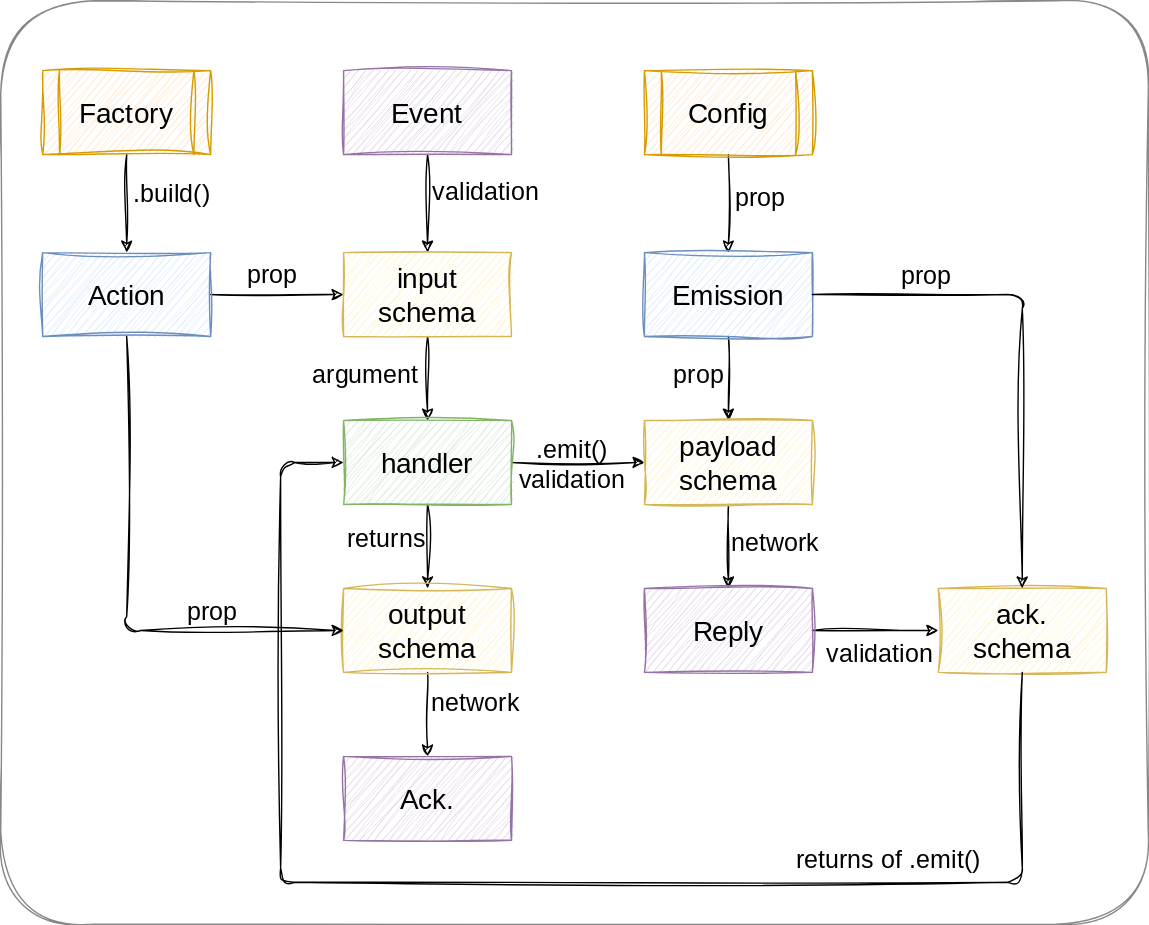
The draw.io diagram flow.svg in RobinTail/zod-sockets, before a commit. Source tidied: cells renumbered, new cells last; positions are measured from the earlier drawing's top-left corner, leaving out a move shared by most shapes.
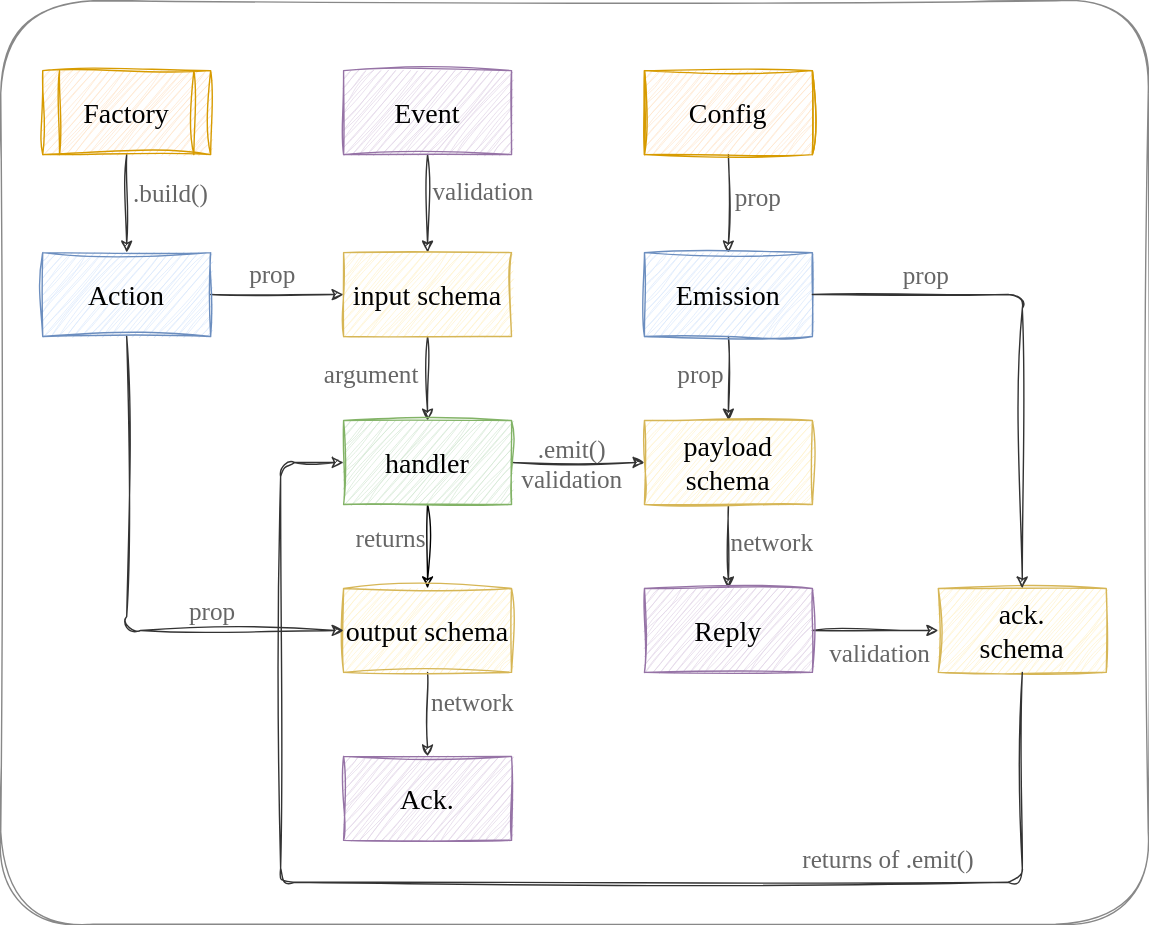
Above is the later version.

Commit message:
Adjusting colors on the diagram

What changed in the source:
```diff
@@ -7,6 +7,6 @@
     </mxCell>
-    <mxCell id="3" style="edgeStyle=orthogonalEdgeStyle;rounded=0;sketch=1;hachureGap=4;jiggle=2;curveFitting=1;jettySize=auto;html=1;fontFamily=Architects Daughter;fontSource=https%3A%2F%2Ffonts.googleapis.com%2Fcss%3Ffamily%3DArchitects%2BDaughter;fontSize=16;" parent="1" edge="1" source="5" target="14">
+    <mxCell id="3" style="edgeStyle=orthogonalEdgeStyle;rounded=0;sketch=1;hachureGap=4;jiggle=2;curveFitting=1;jettySize=auto;html=1;fontFamily=Architects Daughter;fontSource=https%3A%2F%2Ffonts.googleapis.com%2Fcss%3Ffamily%3DArchitects%2BDaughter;fontSize=16;strokeColor=#333333;" parent="1" edge="1" source="5" target="14">
       <mxGeometry relative="1" as="geometry" />
     </mxCell>
-    <mxCell id="4" value="validation" style="edgeLabel;html=1;align=left;verticalAlign=middle;fontSize=18;fontFamily=Architects Daughter;labelBackgroundColor=none;spacingLeft=2;" parent="3" vertex="1">
+    <mxCell id="4" value="validation" style="edgeLabel;html=1;align=left;verticalAlign=middle;fontSize=18;fontFamily=Architects Daughter;labelBackgroundColor=none;spacingLeft=2;fontColor=#666666;" parent="3" vertex="1">
       <mxGeometry x="-0.26" relative="1" as="geometry" />
@@ -16,6 +16,6 @@
     </mxCell>
-    <mxCell id="6" style="edgeStyle=orthogonalEdgeStyle;rounded=0;sketch=1;hachureGap=4;jiggle=2;curveFitting=1;jettySize=auto;html=1;fontFamily=Architects Daughter;fontSource=https%3A%2F%2Ffonts.googleapis.com%2Fcss%3Ffamily%3DArchitects%2BDaughter;fontSize=16;" parent="1" edge="1" source="8" target="11">
+    <mxCell id="6" style="edgeStyle=orthogonalEdgeStyle;rounded=0;sketch=1;hachureGap=4;jiggle=2;curveFitting=1;jettySize=auto;html=1;fontFamily=Architects Daughter;fontSource=https%3A%2F%2Ffonts.googleapis.com%2Fcss%3Ffamily%3DArchitects%2BDaughter;fontSize=16;strokeColor=#333333;" parent="1" edge="1" source="8" target="11">
       <mxGeometry relative="1" as="geometry" />
     </mxCell>
-    <mxCell id="7" value=".build()" style="edgeLabel;html=1;align=left;verticalAlign=middle;fontSize=18;fontFamily=Architects Daughter;labelBackgroundColor=none;" parent="6" vertex="1">
+    <mxCell id="7" value=".build()" style="edgeLabel;html=1;align=left;verticalAlign=middle;fontSize=18;fontFamily=Architects Daughter;labelBackgroundColor=none;fontColor=#666666;" parent="6" vertex="1">
       <mxGeometry x="-0.23" y="3" relative="1" as="geometry" />
@@ -25,6 +25,6 @@
     </mxCell>
-    <mxCell id="9" style="edgeStyle=orthogonalEdgeStyle;rounded=0;sketch=1;hachureGap=4;jiggle=2;curveFitting=1;jettySize=auto;html=1;fontFamily=Architects Daughter;fontSource=https%3A%2F%2Ffonts.googleapis.com%2Fcss%3Ffamily%3DArchitects%2BDaughter;fontSize=16;" parent="1" edge="1" source="11" target="14">
+    <mxCell id="9" style="edgeStyle=orthogonalEdgeStyle;rounded=0;sketch=1;hachureGap=4;jiggle=2;curveFitting=1;jettySize=auto;html=1;fontFamily=Architects Daughter;fontSource=https%3A%2F%2Ffonts.googleapis.com%2Fcss%3Ffamily%3DArchitects%2BDaughter;fontSize=16;strokeColor=#333333;" parent="1" edge="1" source="11" target="14">
       <mxGeometry relative="1" as="geometry" />
     </mxCell>
-    <mxCell id="10" value="prop" style="edgeLabel;html=1;align=center;verticalAlign=bottom;fontSize=18;fontFamily=Architects Daughter;labelBackgroundColor=none;" parent="9" vertex="1">
+    <mxCell id="10" value="prop" style="edgeLabel;html=1;align=center;verticalAlign=bottom;fontSize=18;fontFamily=Architects Daughter;labelBackgroundColor=none;fontColor=#666666;" parent="9" vertex="1">
       <mxGeometry x="-0.1" y="1" relative="1" as="geometry" />
@@ -34,6 +34,6 @@
     </mxCell>
-    <mxCell id="12" style="edgeStyle=orthogonalEdgeStyle;rounded=0;sketch=1;hachureGap=4;jiggle=2;curveFitting=1;jettySize=auto;html=1;fontFamily=Architects Daughter;fontSource=https%3A%2F%2Ffonts.googleapis.com%2Fcss%3Ffamily%3DArchitects%2BDaughter;fontSize=16;" parent="1" edge="1" source="14" target="19">
+    <mxCell id="12" style="edgeStyle=orthogonalEdgeStyle;rounded=0;sketch=1;hachureGap=4;jiggle=2;curveFitting=1;jettySize=auto;html=1;fontFamily=Architects Daughter;fontSource=https%3A%2F%2Ffonts.googleapis.com%2Fcss%3Ffamily%3DArchitects%2BDaughter;fontSize=16;strokeColor=#333333;" parent="1" edge="1" source="14" target="19">
       <mxGeometry relative="1" as="geometry" />
     </mxCell>
-    <mxCell id="13" value="argument" style="edgeLabel;html=1;align=right;verticalAlign=middle;fontSize=18;fontFamily=Architects Daughter;labelBackgroundColor=none;spacingRight=3;" parent="12" vertex="1">
+    <mxCell id="13" value="argument" style="edgeLabel;html=1;align=right;verticalAlign=middle;fontSize=18;fontFamily=Architects Daughter;labelBackgroundColor=none;spacingRight=3;fontColor=#666666;" parent="12" vertex="1">
       <mxGeometry x="-0.11" y="-3" relative="1" as="geometry" />
@@ -43,6 +43,6 @@
     </mxCell>
-    <mxCell id="15" style="edgeStyle=orthogonalEdgeStyle;rounded=0;sketch=1;hachureGap=4;jiggle=2;curveFitting=1;jettySize=auto;html=1;fontFamily=Architects Daughter;fontSource=https%3A%2F%2Ffonts.googleapis.com%2Fcss%3Ffamily%3DArchitects%2BDaughter;fontSize=16;" parent="1" edge="1" source="19" target="32">
+    <mxCell id="15" style="edgeStyle=orthogonalEdgeStyle;rounded=0;sketch=1;hachureGap=4;jiggle=2;curveFitting=1;jettySize=auto;html=1;fontFamily=Architects Daughter;fontSource=https%3A%2F%2Ffonts.googleapis.com%2Fcss%3Ffamily%3DArchitects%2BDaughter;fontSize=16;strokeColor=#333333;" parent="1" edge="1" source="19" target="32">
       <mxGeometry relative="1" as="geometry" />
     </mxCell>
-    <mxCell id="16" value=".emit()&lt;br&gt;validation" style="edgeLabel;html=1;align=center;verticalAlign=middle;fontSize=18;fontFamily=Architects Daughter;labelBackgroundColor=none;" parent="15" vertex="1">
+    <mxCell id="16" value=".emit()&lt;br&gt;validation" style="edgeLabel;html=1;align=center;verticalAlign=middle;fontSize=18;fontFamily=Architects Daughter;labelBackgroundColor=none;fontColor=#666666;" parent="15" vertex="1">
       <mxGeometry x="-0.11" y="-1" relative="1" as="geometry" />
@@ -52,3 +52,3 @@
     </mxCell>
-    <mxCell id="18" value="returns" style="edgeLabel;html=1;align=right;verticalAlign=middle;fontSize=18;fontFamily=Architects Daughter;spacingRight=3;" parent="17" vertex="1">
+    <mxCell id="18" value="returns" style="edgeLabel;html=1;align=right;verticalAlign=middle;fontSize=18;fontFamily=Architects Daughter;spacingRight=3;fontColor=#666666;" parent="17" vertex="1">
       <mxGeometry x="-0.2" y="2" relative="1" as="geometry" />
@@ -58,6 +58,6 @@
     </mxCell>
-    <mxCell id="20" style="edgeStyle=orthogonalEdgeStyle;rounded=0;sketch=1;hachureGap=4;jiggle=2;curveFitting=1;jettySize=auto;html=1;fontFamily=Architects Daughter;fontSource=https%3A%2F%2Ffonts.googleapis.com%2Fcss%3Ffamily%3DArchitects%2BDaughter;fontSize=16;" parent="1" edge="1" source="22" target="23">
+    <mxCell id="20" style="edgeStyle=orthogonalEdgeStyle;rounded=0;sketch=1;hachureGap=4;jiggle=2;curveFitting=1;jettySize=auto;html=1;fontFamily=Architects Daughter;fontSource=https%3A%2F%2Ffonts.googleapis.com%2Fcss%3Ffamily%3DArchitects%2BDaughter;fontSize=16;strokeColor=#333333;" parent="1" edge="1" source="22" target="23">
       <mxGeometry relative="1" as="geometry" />
     </mxCell>
-    <mxCell id="21" value="network" style="edgeLabel;html=1;align=left;verticalAlign=middle;fontSize=18;fontFamily=Architects Daughter;labelBackgroundColor=none;" parent="20" vertex="1">
+    <mxCell id="21" value="network" style="edgeLabel;html=1;align=left;verticalAlign=middle;fontSize=18;fontFamily=Architects Daughter;labelBackgroundColor=none;fontColor=#666666;" parent="20" vertex="1">
       <mxGeometry x="-0.29" y="1" relative="1" as="geometry" />
@@ -70,6 +70,6 @@
     </mxCell>
-    <mxCell id="24" style="edgeStyle=orthogonalEdgeStyle;rounded=0;sketch=1;hachureGap=4;jiggle=2;curveFitting=1;jettySize=auto;html=1;fontFamily=Architects Daughter;fontSource=https%3A%2F%2Ffonts.googleapis.com%2Fcss%3Ffamily%3DArchitects%2BDaughter;fontSize=16;" parent="1" edge="1" source="26" target="29">
+    <mxCell id="24" style="edgeStyle=orthogonalEdgeStyle;rounded=0;sketch=1;hachureGap=4;jiggle=2;curveFitting=1;jettySize=auto;html=1;fontFamily=Architects Daughter;fontSource=https%3A%2F%2Ffonts.googleapis.com%2Fcss%3Ffamily%3DArchitects%2BDaughter;fontSize=16;strokeColor=#333333;" parent="1" edge="1" source="26" target="29">
       <mxGeometry relative="1" as="geometry" />
     </mxCell>
-    <mxCell id="25" value="prop" style="edgeLabel;html=1;align=left;verticalAlign=middle;fontSize=18;fontFamily=Architects Daughter;labelBackgroundColor=none;spacingLeft=3;" parent="24" vertex="1">
+    <mxCell id="25" value="prop" style="edgeLabel;html=1;align=left;verticalAlign=middle;fontSize=18;fontFamily=Architects Daughter;labelBackgroundColor=none;spacingLeft=3;fontColor=#666666;" parent="24" vertex="1">
       <mxGeometry x="-0.08" y="-1" relative="1" as="geometry">
@@ -78,9 +78,9 @@
     </mxCell>
-    <mxCell id="26" value="Config" style="shape=process;whiteSpace=wrap;html=1;backgroundOutline=1;sketch=1;hachureGap=4;jiggle=2;curveFitting=1;fontFamily=Architects Daughter;fontSource=https%3A%2F%2Ffonts.googleapis.com%2Fcss%3Ffamily%3DArchitects%2BDaughter;fontSize=20;fillColor=#ffe6cc;strokeColor=#d79b00;" parent="1" vertex="1">
+    <mxCell id="26" value="Config" style="shape=process;whiteSpace=wrap;html=1;backgroundOutline=1;sketch=1;hachureGap=4;jiggle=2;curveFitting=1;fontFamily=Architects Daughter;fontSource=https%3A%2F%2Ffonts.googleapis.com%2Fcss%3Ffamily%3DArchitects%2BDaughter;fontSize=20;fillColor=#ffe6cc;strokeColor=#d79b00;size=0;" parent="1" vertex="1">
       <mxGeometry x="460" y="50" width="120" height="60" as="geometry" />
     </mxCell>
-    <mxCell id="27" style="edgeStyle=orthogonalEdgeStyle;rounded=0;sketch=1;hachureGap=4;jiggle=2;curveFitting=1;jettySize=auto;html=1;fontFamily=Architects Daughter;fontSource=https%3A%2F%2Ffonts.googleapis.com%2Fcss%3Ffamily%3DArchitects%2BDaughter;fontSize=16;" parent="1" edge="1" source="29" target="32">
+    <mxCell id="27" style="edgeStyle=orthogonalEdgeStyle;rounded=0;sketch=1;hachureGap=4;jiggle=2;curveFitting=1;jettySize=auto;html=1;fontFamily=Architects Daughter;fontSource=https%3A%2F%2Ffonts.googleapis.com%2Fcss%3Ffamily%3DArchitects%2BDaughter;fontSize=16;strokeColor=#333333;" parent="1" edge="1" source="29" target="32">
       <mxGeometry relative="1" as="geometry" />
     </mxCell>
-    <mxCell id="28" value="prop" style="edgeLabel;html=1;align=right;verticalAlign=middle;fontSize=18;fontFamily=Architects Daughter;spacingRight=3;labelBackgroundColor=none;" parent="27" vertex="1">
+    <mxCell id="28" value="prop" style="edgeLabel;html=1;align=right;verticalAlign=middle;fontSize=18;fontFamily=Architects Daughter;spacingRight=3;labelBackgroundColor=none;fontColor=#666666;" parent="27" vertex="1">
       <mxGeometry x="-0.11" relative="1" as="geometry" />
@@ -90,6 +90,6 @@
     </mxCell>
-    <mxCell id="30" style="edgeStyle=orthogonalEdgeStyle;rounded=0;sketch=1;hachureGap=4;jiggle=2;curveFitting=1;jettySize=auto;html=1;fontFamily=Architects Daughter;fontSource=https%3A%2F%2Ffonts.googleapis.com%2Fcss%3Ffamily%3DArchitects%2BDaughter;fontSize=16;" parent="1" edge="1" source="32" target="42">
+    <mxCell id="30" style="edgeStyle=orthogonalEdgeStyle;rounded=0;sketch=1;hachureGap=4;jiggle=2;curveFitting=1;jettySize=auto;html=1;fontFamily=Architects Daughter;fontSource=https%3A%2F%2Ffonts.googleapis.com%2Fcss%3Ffamily%3DArchitects%2BDaughter;fontSize=16;strokeColor=#333333;" parent="1" edge="1" source="32" target="42">
       <mxGeometry relative="1" as="geometry" />
     </mxCell>
-    <mxCell id="31" value="network" style="edgeLabel;html=1;align=left;verticalAlign=middle;fontSize=18;fontFamily=Architects Daughter;labelBackgroundColor=none;" parent="30" vertex="1">
+    <mxCell id="31" value="network" style="edgeLabel;html=1;align=left;verticalAlign=middle;fontSize=18;fontFamily=Architects Daughter;labelBackgroundColor=none;fontColor=#666666;" parent="30" vertex="1">
       <mxGeometry x="-0.11" relative="1" as="geometry" />
@@ -102,3 +102,3 @@
     </mxCell>
-    <mxCell id="34" style="edgeStyle=orthogonalEdgeStyle;rounded=1;sketch=1;hachureGap=4;jiggle=2;curveFitting=1;jettySize=auto;html=1;fontFamily=Architects Daughter;fontSource=https%3A%2F%2Ffonts.googleapis.com%2Fcss%3Ffamily%3DArchitects%2BDaughter;fontSize=16;exitX=0.5;exitY=1;exitDx=0;exitDy=0;entryX=0;entryY=0.5;entryDx=0;entryDy=0;curved=0;" parent="1" edge="1" source="33" target="19">
+    <mxCell id="34" style="edgeStyle=orthogonalEdgeStyle;rounded=1;sketch=1;hachureGap=4;jiggle=2;curveFitting=1;jettySize=auto;html=1;fontFamily=Architects Daughter;fontSource=https%3A%2F%2Ffonts.googleapis.com%2Fcss%3Ffamily%3DArchitects%2BDaughter;fontSize=16;exitX=0.5;exitY=1;exitDx=0;exitDy=0;entryX=0;entryY=0.5;entryDx=0;entryDy=0;curved=0;strokeColor=#333333;" parent="1" edge="1" source="33" target="19">
       <mxGeometry relative="1" as="geometry">
@@ -111,9 +111,9 @@
     </mxCell>
-    <mxCell id="35" value="returns of .emit()" style="edgeLabel;html=1;align=center;verticalAlign=bottom;fontSize=18;fontFamily=Architects Daughter;labelBackgroundColor=none;" parent="34" vertex="1">
+    <mxCell id="35" value="returns of .emit()" style="edgeLabel;html=1;align=center;verticalAlign=bottom;fontSize=18;fontFamily=Architects Daughter;labelBackgroundColor=none;fontColor=#666666;" parent="34" vertex="1">
       <mxGeometry x="-0.52" y="-3" relative="1" as="geometry" />
     </mxCell>
-    <mxCell id="36" style="edgeStyle=orthogonalEdgeStyle;rounded=1;sketch=1;hachureGap=4;jiggle=2;curveFitting=1;jettySize=auto;html=1;fontFamily=Architects Daughter;fontSource=https%3A%2F%2Ffonts.googleapis.com%2Fcss%3Ffamily%3DArchitects%2BDaughter;fontSize=16;exitX=0.5;exitY=1;exitDx=0;exitDy=0;entryX=0;entryY=0.5;entryDx=0;entryDy=0;noJump=0;curved=0;" parent="1" edge="1" source="11" target="22">
+    <mxCell id="36" style="edgeStyle=orthogonalEdgeStyle;rounded=1;sketch=1;hachureGap=4;jiggle=2;curveFitting=1;jettySize=auto;html=1;fontFamily=Architects Daughter;fontSource=https%3A%2F%2Ffonts.googleapis.com%2Fcss%3Ffamily%3DArchitects%2BDaughter;fontSize=16;exitX=0.5;exitY=1;exitDx=0;exitDy=0;entryX=0;entryY=0.5;entryDx=0;entryDy=0;noJump=0;curved=0;strokeColor=#333333;" parent="1" edge="1" source="11" target="22">
       <mxGeometry relative="1" as="geometry" />
     </mxCell>
-    <mxCell id="37" value="prop" style="edgeLabel;html=1;align=center;verticalAlign=bottom;fontSize=18;fontFamily=Architects Daughter;labelBackgroundColor=none;" parent="36" vertex="1">
+    <mxCell id="37" value="prop" style="edgeLabel;html=1;align=center;verticalAlign=bottom;fontSize=18;fontFamily=Architects Daughter;labelBackgroundColor=none;fontColor=#666666;" parent="36" vertex="1">
       <mxGeometry x="0.68" relative="1" as="geometry">
@@ -122,6 +122,6 @@
     </mxCell>
-    <mxCell id="38" style="edgeStyle=orthogonalEdgeStyle;rounded=1;sketch=1;hachureGap=4;jiggle=2;curveFitting=1;jettySize=auto;html=1;fontFamily=Architects Daughter;fontSource=https%3A%2F%2Ffonts.googleapis.com%2Fcss%3Ffamily%3DArchitects%2BDaughter;fontSize=16;exitX=1;exitY=0.5;exitDx=0;exitDy=0;entryX=0.5;entryY=0;entryDx=0;entryDy=0;curved=0;" parent="1" edge="1" source="29" target="33">
+    <mxCell id="38" style="edgeStyle=orthogonalEdgeStyle;rounded=1;sketch=1;hachureGap=4;jiggle=2;curveFitting=1;jettySize=auto;html=1;fontFamily=Architects Daughter;fontSource=https%3A%2F%2Ffonts.googleapis.com%2Fcss%3Ffamily%3DArchitects%2BDaughter;fontSize=16;exitX=1;exitY=0.5;exitDx=0;exitDy=0;entryX=0.5;entryY=0;entryDx=0;entryDy=0;curved=0;strokeColor=#333333;" parent="1" edge="1" source="29" target="33">
       <mxGeometry relative="1" as="geometry" />
     </mxCell>
-    <mxCell id="39" value="prop" style="edgeLabel;html=1;align=center;verticalAlign=bottom;fontSize=18;fontFamily=Architects Daughter;spacingRight=0;labelBackgroundColor=none;spacing=2;" parent="38" vertex="1">
+    <mxCell id="39" value="prop" style="edgeLabel;html=1;align=center;verticalAlign=bottom;fontSize=18;fontFamily=Architects Daughter;spacingRight=0;labelBackgroundColor=none;spacing=2;fontColor=#666666;" parent="38" vertex="1">
       <mxGeometry x="-0.11" relative="1" as="geometry">
@@ -130,6 +130,6 @@
     </mxCell>
-    <mxCell id="40" style="edgeStyle=orthogonalEdgeStyle;rounded=0;sketch=1;hachureGap=4;jiggle=2;curveFitting=1;jettySize=auto;html=1;fontFamily=Architects Daughter;fontSource=https%3A%2F%2Ffonts.googleapis.com%2Fcss%3Ffamily%3DArchitects%2BDaughter;fontSize=16;" parent="1" edge="1" source="42" target="33">
+    <mxCell id="40" style="edgeStyle=orthogonalEdgeStyle;rounded=0;sketch=1;hachureGap=4;jiggle=2;curveFitting=1;jettySize=auto;html=1;fontFamily=Architects Daughter;fontSource=https%3A%2F%2Ffonts.googleapis.com%2Fcss%3Ffamily%3DArchitects%2BDaughter;fontSize=16;strokeColor=#333333;" parent="1" edge="1" source="42" target="33">
       <mxGeometry relative="1" as="geometry" />
     </mxCell>
-    <mxCell id="41" value="validation" style="edgeLabel;html=1;align=center;verticalAlign=top;fontSize=18;fontFamily=Architects Daughter;spacingRight=6;" parent="40" vertex="1">
+    <mxCell id="41" value="validation" style="edgeLabel;html=1;align=center;verticalAlign=top;fontSize=18;fontFamily=Architects Daughter;spacingRight=6;fontColor=#666666;" parent="40" vertex="1">
       <mxGeometry x="0.21" y="1" relative="1" as="geometry">
```
